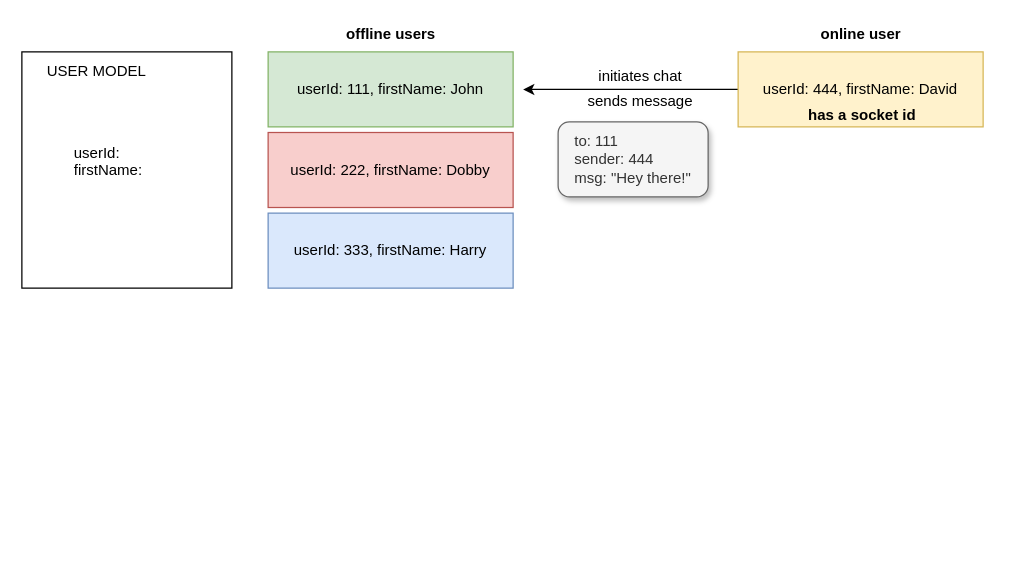
karankumarshreds/NodePrivateMessaging keeps this draw.io diagram as flow.drawio. Above is the earlier version. Source tidied: cells renumbered, new cells numbered last; positions are measured from the earlier drawing's top-left corner, leaving out a move shared by most shapes. Both pictures are drawn from the tidied source at 125%, with x=0, y=0 at pixel (21, 21).
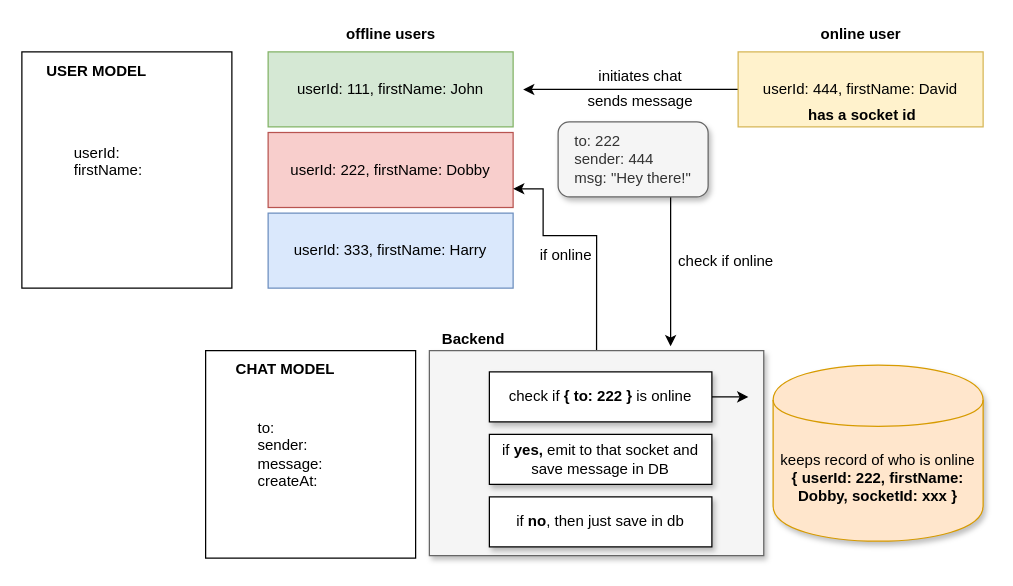
The same diagram, later.

Unchanged cells that the change refers to:
```xml
<mxCell id="5" value="userId: 222, firstName: Dobby" style="rounded=0;whiteSpace=wrap;html=1;fillColor=#f8cecc;strokeColor=#b85450;" parent="1" vertex="1">
  <mxGeometry x="197" y="88.5" width="196" height="60" as="geometry" />
</mxCell>
```

Diff of the diagram source:
```diff
@@
-    <mxCell id="3" value="USER MODEL" style="text;html=1;strokeColor=none;fillColor=none;align=center;verticalAlign=middle;whiteSpace=wrap;rounded=0;" parent="1" vertex="1">
+    <mxCell id="3" value="&lt;b&gt;USER MODEL&lt;/b&gt;" style="text;html=1;strokeColor=none;fillColor=none;align=center;verticalAlign=middle;whiteSpace=wrap;rounded=0;" parent="1" vertex="1">
       <mxGeometry x="9" y="30" width="102" height="20" as="geometry" />
     </mxCell>
@@
+    <mxCell id="15" style="edgeStyle=orthogonalEdgeStyle;rounded=0;jettySize=auto;html=1;exitX=0.75;exitY=1;exitDx=0;exitDy=0;" parent="1" edge="1" source="14">
+      <mxGeometry relative="1" as="geometry">
+        <mxPoint x="519" y="259.5" as="targetPoint" />
+      </mxGeometry>
+    </mxCell>
-    <mxCell id="14" value="&lt;div style=&quot;text-align: justify&quot;&gt;&lt;span&gt;to: 111&lt;/span&gt;&lt;/div&gt;&lt;div style=&quot;text-align: justify&quot;&gt;&lt;span&gt;sender: 444&lt;/span&gt;&lt;/div&gt;&lt;div style=&quot;text-align: justify&quot;&gt;&lt;span&gt;msg: &quot;Hey there!&quot;&lt;/span&gt;&lt;/div&gt;" style="rounded=1;whiteSpace=wrap;html=1;fillColor=#f5f5f5;strokeColor=#666666;fontColor=#333333;shadow=1;" parent="1" vertex="1">
+    <mxCell id="14" value="&lt;div style=&quot;text-align: justify&quot;&gt;&lt;span&gt;to: 222&lt;/span&gt;&lt;/div&gt;&lt;div style=&quot;text-align: justify&quot;&gt;&lt;span&gt;sender: 444&lt;/span&gt;&lt;/div&gt;&lt;div style=&quot;text-align: justify&quot;&gt;&lt;span&gt;msg: &quot;Hey there!&quot;&lt;/span&gt;&lt;/div&gt;" style="rounded=1;whiteSpace=wrap;html=1;fillColor=#f5f5f5;strokeColor=#666666;fontColor=#333333;shadow=1;" parent="1" vertex="1">
       <mxGeometry x="429" y="80" width="120" height="60" as="geometry" />
     </mxCell>
+    <mxCell id="16" value="keeps record of who is online&lt;br&gt;&lt;b&gt;{ userId: 222, firstName: Dobby, socketId: xxx }&lt;/b&gt;" style="shape=cylinder;whiteSpace=wrap;html=1;boundedLbl=1;backgroundOutline=1;shadow=1;fillColor=#ffe6cc;strokeColor=#d79b00;" parent="1" vertex="1">
+      <mxGeometry x="601" y="274.5" width="168" height="141" as="geometry" />
+    </mxCell>
+    <mxCell id="17" style="edgeStyle=orthogonalEdgeStyle;rounded=0;jettySize=auto;html=1;exitX=0.5;exitY=0;exitDx=0;exitDy=0;entryX=1;entryY=0.75;entryDx=0;entryDy=0;" parent="1" edge="1" source="18" target="5">
+      <mxGeometry relative="1" as="geometry">
+        <Array as="points">
+          <mxPoint x="460" y="171" />
+          <mxPoint x="417" y="171" />
+          <mxPoint x="417" y="134" />
+        </Array>
+      </mxGeometry>
+    </mxCell>
+    <mxCell id="18" style="whiteSpace=wrap;html=1;shadow=1;fillColor=#f5f5f5;strokeColor=#666666;fontColor=#333333;" parent="1" vertex="1">
+      <mxGeometry x="326" y="263" width="267.5" height="164" as="geometry" />
+    </mxCell>
+    <mxCell id="19" value="&lt;b&gt;Backend&lt;/b&gt;" style="text;html=1;align=center;verticalAlign=middle;" parent="1" vertex="1">
+      <mxGeometry x="331" y="245" width="60" height="18" as="geometry" />
+    </mxCell>
+    <mxCell id="20" style="edgeStyle=orthogonalEdgeStyle;rounded=0;jettySize=auto;html=1;exitX=1;exitY=0.5;exitDx=0;exitDy=0;entryX=0.954;entryY=0.226;entryDx=0;entryDy=0;entryPerimeter=0;" parent="1" edge="1" source="21" target="18">
+      <mxGeometry relative="1" as="geometry" />
+    </mxCell>
+    <mxCell id="21" value="check if &lt;b&gt;{ to: 222 } &lt;/b&gt;is online" style="whiteSpace=wrap;html=1;shadow=1;" parent="1" vertex="1">
+      <mxGeometry x="374" y="280" width="178" height="40" as="geometry" />
+    </mxCell>
+    <mxCell id="22" value="if &lt;b&gt;yes, &lt;/b&gt;emit to that socket and save message in DB" style="whiteSpace=wrap;html=1;shadow=1;" parent="1" vertex="1">
+      <mxGeometry x="374" y="330" width="178" height="40" as="geometry" />
+    </mxCell>
+    <mxCell id="23" value="if &lt;b&gt;no&lt;/b&gt;, then just save in db" style="whiteSpace=wrap;html=1;shadow=1;" parent="1" vertex="1">
+      <mxGeometry x="374" y="380" width="178" height="40" as="geometry" />
+    </mxCell>
+    <mxCell id="24" value="&lt;blockquote style=&quot;margin: 0 0 0 40px ; border: none ; padding: 0px&quot;&gt;to:&amp;nbsp;&lt;/blockquote&gt;&lt;blockquote style=&quot;margin: 0 0 0 40px ; border: none ; padding: 0px&quot;&gt;sender:&amp;nbsp;&lt;/blockquote&gt;&lt;blockquote style=&quot;margin: 0 0 0 40px ; border: none ; padding: 0px&quot;&gt;message:&amp;nbsp;&lt;/blockquote&gt;&lt;blockquote style=&quot;margin: 0 0 0 40px ; border: none ; padding: 0px&quot;&gt;createAt:&amp;nbsp;&lt;/blockquote&gt;" style="rounded=0;whiteSpace=wrap;html=1;align=left;" parent="1" vertex="1">
+      <mxGeometry x="147" y="263" width="168" height="166" as="geometry" />
+    </mxCell>
+    <mxCell id="25" value="&lt;b&gt;CHAT MODEL&lt;/b&gt;" style="text;html=1;strokeColor=none;fillColor=none;align=center;verticalAlign=middle;whiteSpace=wrap;rounded=0;" parent="1" vertex="1">
+      <mxGeometry x="160" y="268" width="102" height="20" as="geometry" />
+    </mxCell>
+    <mxCell id="26" value="check if online" style="text;html=1;align=center;verticalAlign=middle;" parent="1" vertex="1">
+      <mxGeometry x="520" y="183" width="86" height="18" as="geometry" />
+    </mxCell>
+    <mxCell id="27" value="if online" style="text;html=1;align=center;verticalAlign=middle;" parent="1" vertex="1">
+      <mxGeometry x="409" y="178" width="51" height="18" as="geometry" />
+    </mxCell>
```
